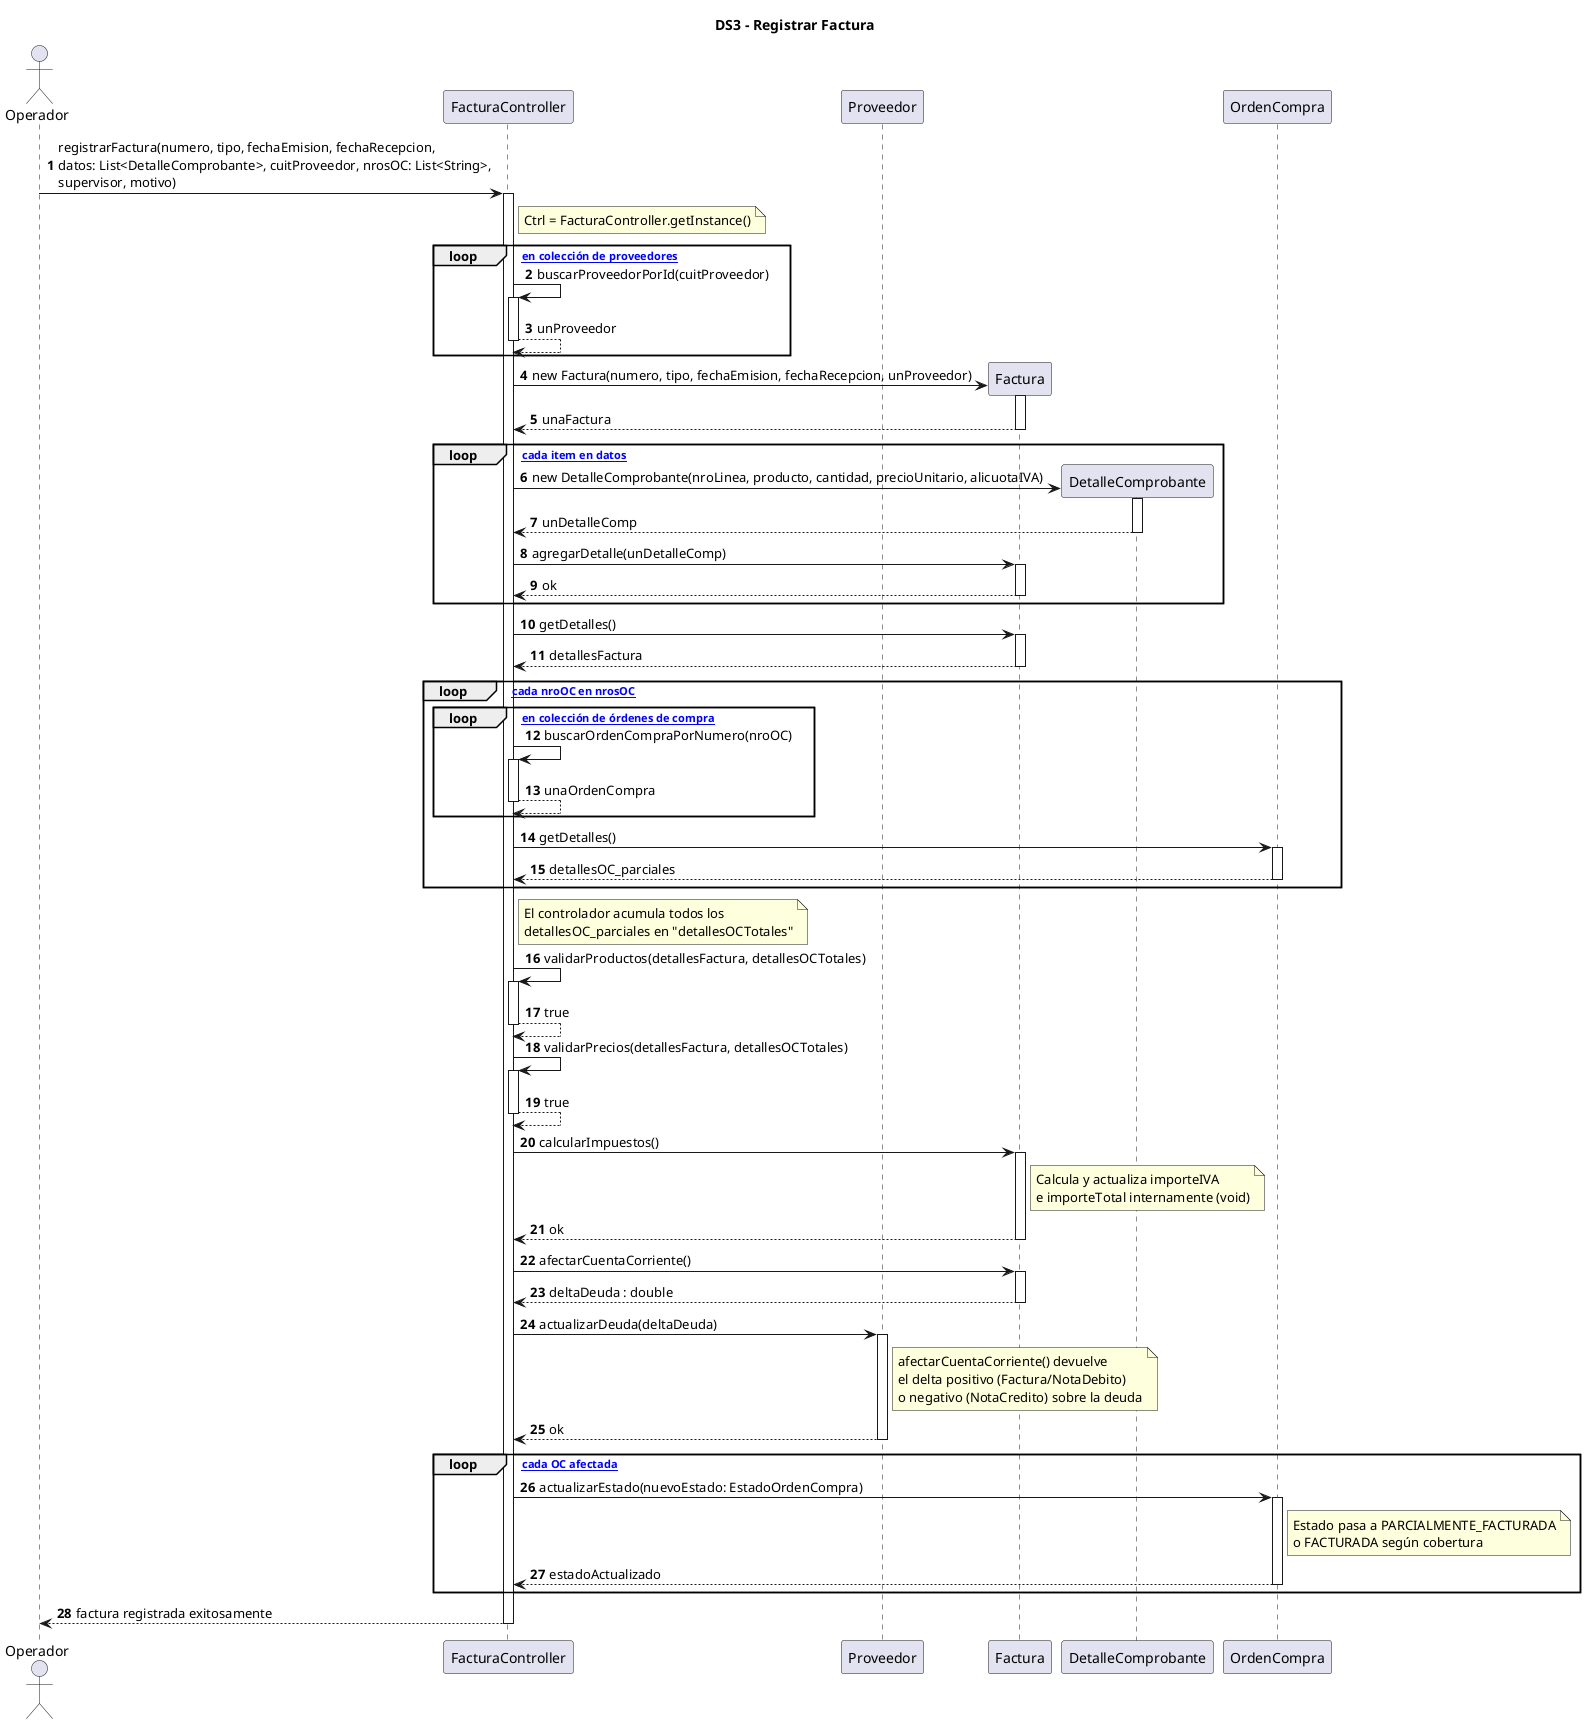
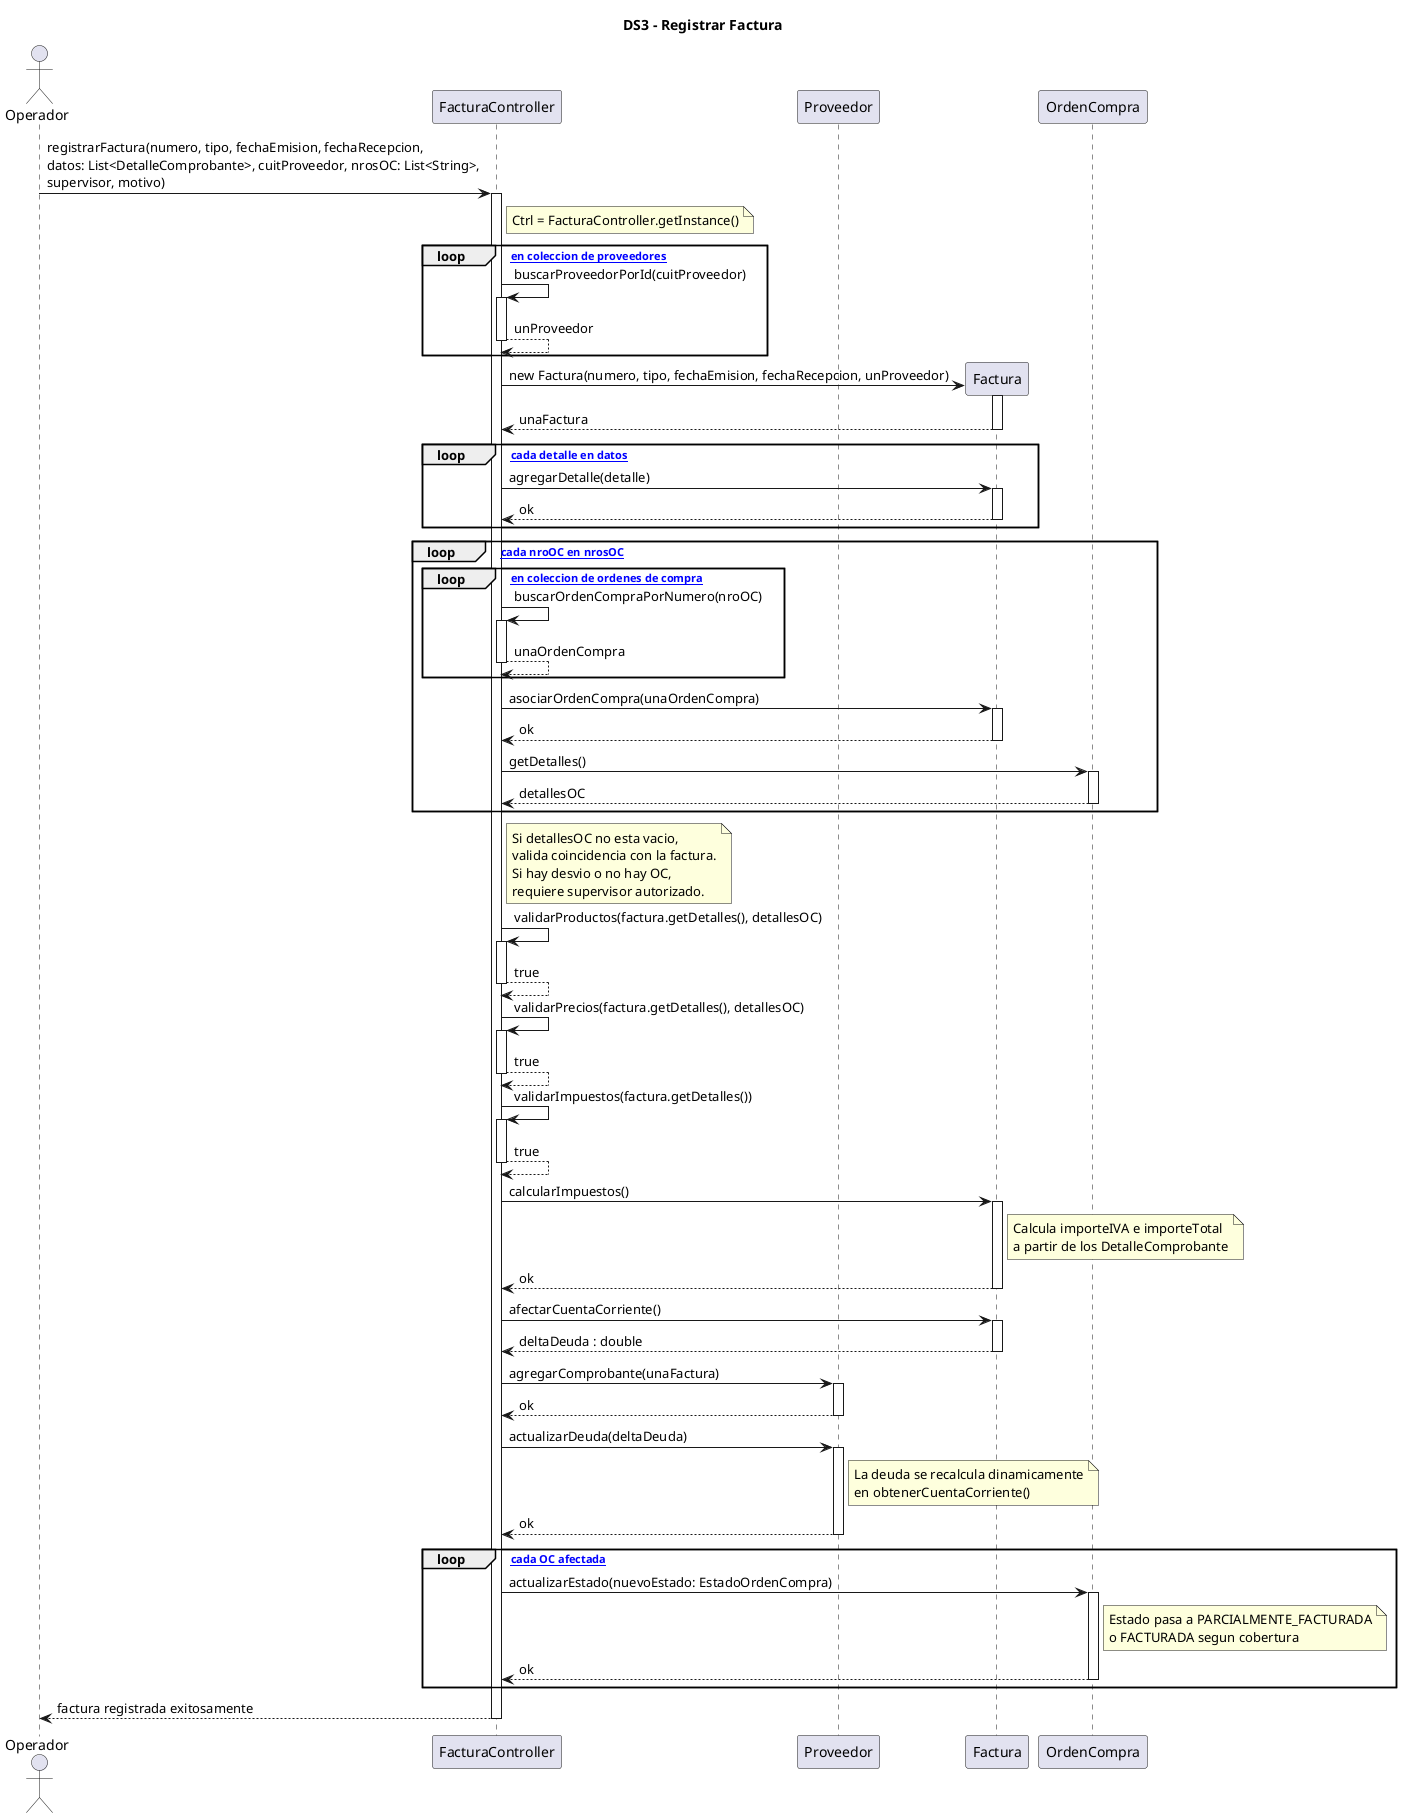
@startuml DS3_RegistrarFactura
title DS3 - Registrar Factura
- 
- autonumber

actor Operador
participant "FacturaController" as Ctrl
participant "Proveedor" as Proveedor
participant "Factura" as Factura
- participant "DetalleComprobante" as DetalleComp
participant "OrdenCompra" as OrdenCompra

+ ' ---- registrarFactura ----
Operador -> Ctrl : registrarFactura(numero, tipo, fechaEmision, fechaRecepcion,\ndatos: List<DetalleComprobante>, cuitProveedor, nrosOC: List<String>,\nsupervisor, motivo)
activate Ctrl
    note right of Ctrl
        Ctrl = FacturaController.getInstance()
    end note

-     loop [buscar en colección de proveedores]
+     loop [buscar en coleccion de proveedores]
        Ctrl -> Ctrl : buscarProveedorPorId(cuitProveedor)
        activate Ctrl
            Ctrl --> Ctrl : unProveedor
        deactivate Ctrl
    end

    create Factura
    Ctrl -> Factura : new Factura(numero, tipo, fechaEmision, fechaRecepcion, unProveedor)
    activate Factura
        Factura --> Ctrl : unaFactura
    deactivate Factura

-     loop [por cada item en datos]
-         create DetalleComp
-         Ctrl -> DetalleComp : new DetalleComprobante(nroLinea, producto, cantidad, precioUnitario, alicuotaIVA)
-         activate DetalleComp
-             DetalleComp --> Ctrl : unDetalleComp
-         deactivate DetalleComp
-         Ctrl -> Factura : agregarDetalle(unDetalleComp)
+     loop [por cada detalle en datos]
+         Ctrl -> Factura : agregarDetalle(detalle)
        activate Factura
            Factura --> Ctrl : ok
        deactivate Factura
    end

-     Ctrl -> Factura : getDetalles()
-     activate Factura
-         Factura --> Ctrl : detallesFactura
-     deactivate Factura
- 
    loop [por cada nroOC en nrosOC]
-         loop [buscar en colección de órdenes de compra]
+         loop [buscar en coleccion de ordenes de compra]
            Ctrl -> Ctrl : buscarOrdenCompraPorNumero(nroOC)
            activate Ctrl
                Ctrl --> Ctrl : unaOrdenCompra
            deactivate Ctrl
        end
+         Ctrl -> Factura : asociarOrdenCompra(unaOrdenCompra)
+         activate Factura
+             Factura --> Ctrl : ok
+         deactivate Factura
        Ctrl -> OrdenCompra : getDetalles()
        activate OrdenCompra
-             OrdenCompra --> Ctrl : detallesOC_parciales
+             OrdenCompra --> Ctrl : detallesOC
        deactivate OrdenCompra
    end

    note right of Ctrl
-         El controlador acumula todos los
-         detallesOC_parciales en "detallesOCTotales"
+         Si detallesOC no esta vacio,
+         valida coincidencia con la factura.
+         Si hay desvio o no hay OC,
+         requiere supervisor autorizado.
    end note

-     Ctrl -> Ctrl : validarProductos(detallesFactura, detallesOCTotales)
+     Ctrl -> Ctrl : validarProductos(factura.getDetalles(), detallesOC)
    activate Ctrl
        Ctrl --> Ctrl : true
    deactivate Ctrl

-     Ctrl -> Ctrl : validarPrecios(detallesFactura, detallesOCTotales)
+     Ctrl -> Ctrl : validarPrecios(factura.getDetalles(), detallesOC)
+     activate Ctrl
+         Ctrl --> Ctrl : true
+     deactivate Ctrl
+ 
+     Ctrl -> Ctrl : validarImpuestos(factura.getDetalles())
    activate Ctrl
        Ctrl --> Ctrl : true
    deactivate Ctrl

    Ctrl -> Factura : calcularImpuestos()
    activate Factura
        note right of Factura
-             Calcula y actualiza importeIVA
-             e importeTotal internamente (void)
+             Calcula importeIVA e importeTotal
+             a partir de los DetalleComprobante
        end note
        Factura --> Ctrl : ok
    deactivate Factura

    Ctrl -> Factura : afectarCuentaCorriente()
    activate Factura
        Factura --> Ctrl : deltaDeuda : double
    deactivate Factura

+     Ctrl -> Proveedor : agregarComprobante(unaFactura)
+     activate Proveedor
+         Proveedor --> Ctrl : ok
+     deactivate Proveedor
+ 
    Ctrl -> Proveedor : actualizarDeuda(deltaDeuda)
    activate Proveedor
        note right of Proveedor
-             afectarCuentaCorriente() devuelve
-             el delta positivo (Factura/NotaDebito)
-             o negativo (NotaCredito) sobre la deuda
+             La deuda se recalcula dinamicamente
+             en obtenerCuentaCorriente()
        end note
        Proveedor --> Ctrl : ok
    deactivate Proveedor

    loop [por cada OC afectada]
        Ctrl -> OrdenCompra : actualizarEstado(nuevoEstado: EstadoOrdenCompra)
        activate OrdenCompra
            note right of OrdenCompra
                Estado pasa a PARCIALMENTE_FACTURADA
-                 o FACTURADA según cobertura
+                 o FACTURADA segun cobertura
            end note
-             OrdenCompra --> Ctrl : estadoActualizado
+             OrdenCompra --> Ctrl : ok
        deactivate OrdenCompra
    end

    Ctrl --> Operador : factura registrada exitosamente
deactivate Ctrl

@enduml
